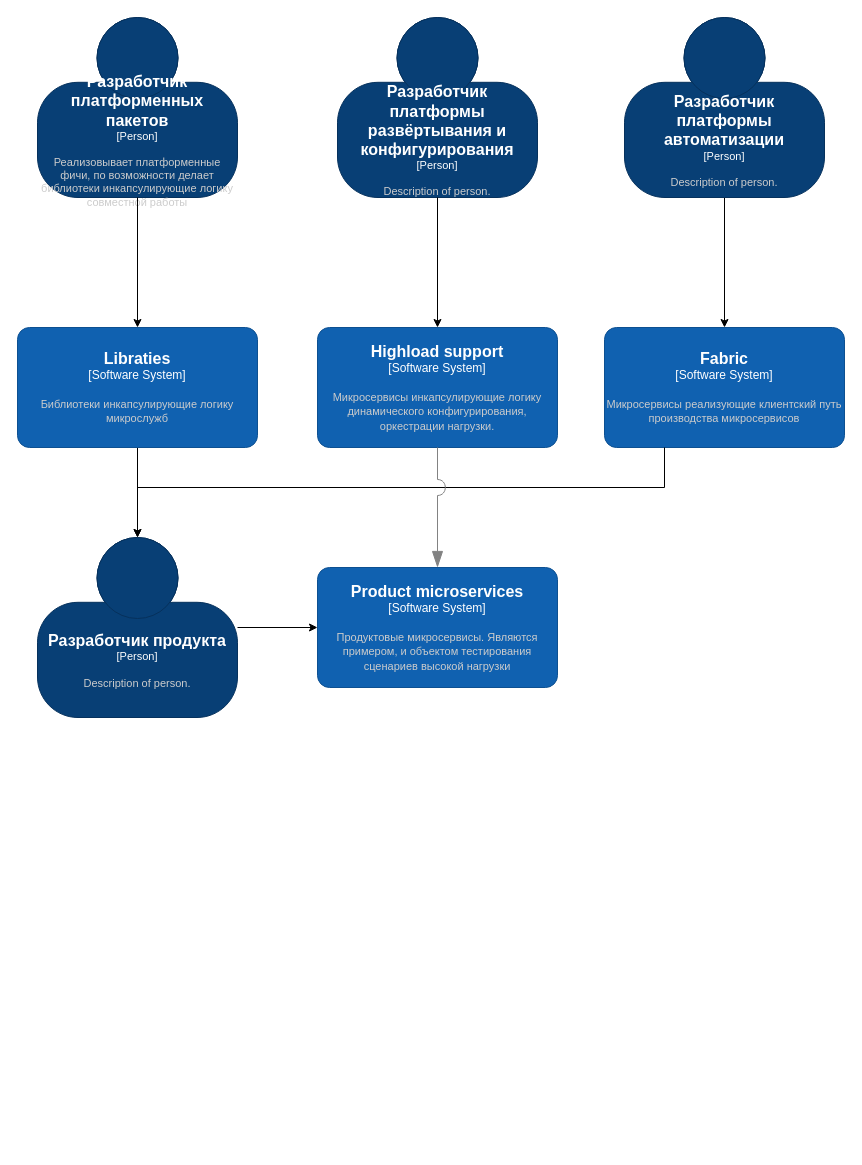
The draw.io diagram page "Context" (1 of 2) of plan.drawio in Ekstrem/DigiTFactory.Arch, before the edit. Source tidied: cells renumbered, new cells numbered last; positions are measured from the earlier drawing's top-left corner, leaving out a move shared by most shapes. Both pictures are drawn from the tidied source at 100%, with x=0, y=0 at pixel (17, 17).
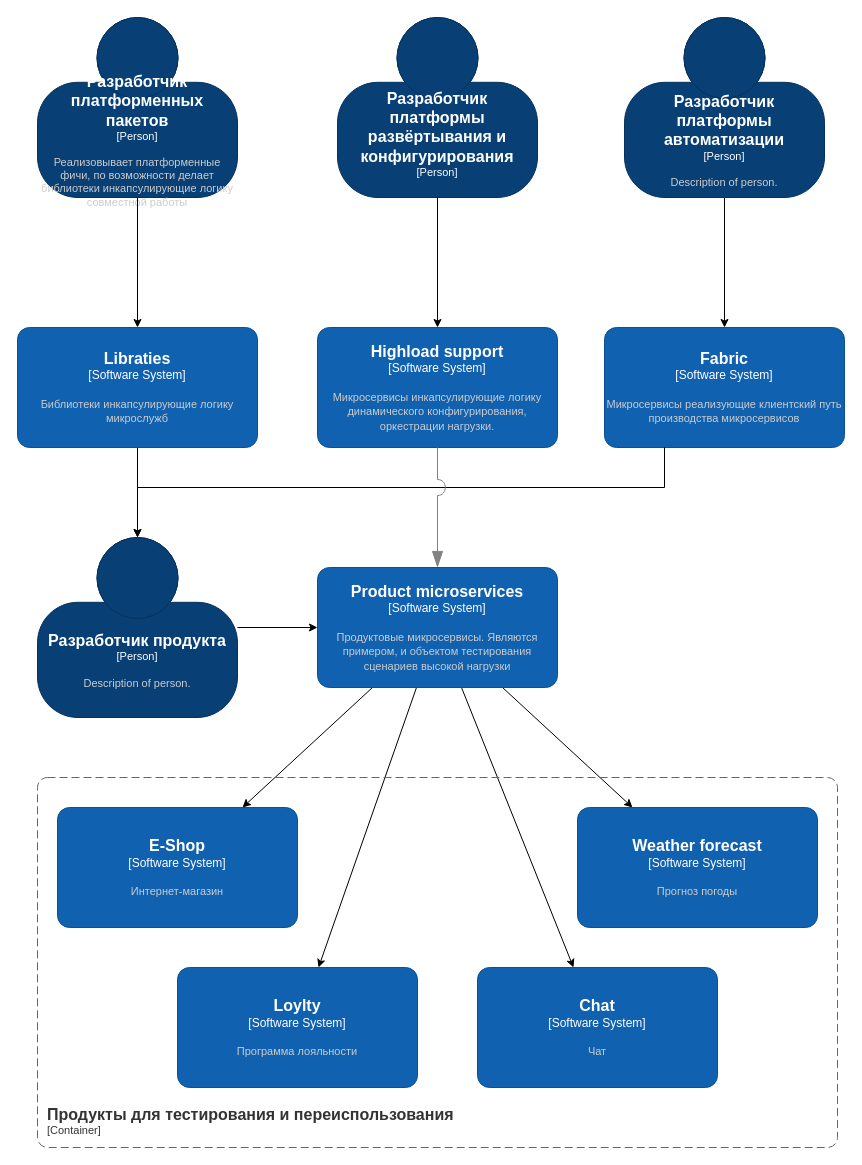
After the change.

The change refers to these unchanged cells:
```xml
<object id="4" label="&lt;font style=&quot;font-size: 16px&quot;&gt;&lt;b&gt;%c4Name%&lt;/b&gt;&lt;/font&gt;&lt;div&gt;[%c4Type%]&lt;/div&gt;&lt;br&gt;&lt;div&gt;&lt;font style=&quot;font-size: 11px&quot;&gt;&lt;font color=&quot;#cccccc&quot;&gt;%c4Description%&lt;/font&gt;&lt;/div&gt;" c4Description="Продуктовые микросервисы. Являются примером, и объектом тестирования сценариев высокой нагрузки" c4Name="Product microservices" c4Type="Software System" placeholders="1">
  <mxCell style="rounded=1;whiteSpace=wrap;html=1;labelBackgroundColor=none;fillColor=#1061B0;fontColor=#ffffff;align=center;arcSize=10;strokeColor=#0D5091;points=[[0.25,0,0],[0.5,0,0],[0.75,0,0],[1,0.25,0],[1,0.5,0],[1,0.75,0],[0.75,1,0],[0.5,1,0],[0.25,1,0],[0,0.75,0],[0,0.5,0],[0,0.25,0]];" parent="1" vertex="1">
    <mxGeometry x="300" y="550" width="240" height="120" as="geometry" />
  </mxCell>
</object>
```

The edit, as a diff of the source:
```diff
@@
+    <mxCell id="17" style="rounded=0;jettySize=auto;html=1;" parent="1" edge="1" source="4" target="21">
+      <mxGeometry relative="1" as="geometry" />
+    </mxCell>
+    <mxCell id="18" style="rounded=0;jettySize=auto;html=1;" parent="1" edge="1" source="4" target="24">
+      <mxGeometry relative="1" as="geometry" />
+    </mxCell>
+    <mxCell id="19" style="rounded=0;jettySize=auto;html=1;" parent="1" edge="1" source="4" target="22">
+      <mxGeometry relative="1" as="geometry" />
+    </mxCell>
+    <mxCell id="20" style="rounded=0;jettySize=auto;html=1;" parent="1" edge="1" source="4" target="23">
+      <mxGeometry relative="1" as="geometry" />
+    </mxCell>
@@
-    <object id="11" label="&lt;font style=&quot;font-size: 16px&quot;&gt;&lt;b&gt;%c4Name%&lt;/b&gt;&lt;/font&gt;&lt;div&gt;[%c4Type%]&lt;/div&gt;&lt;br&gt;&lt;div&gt;&lt;font style=&quot;font-size: 11px&quot;&gt;&lt;font color=&quot;#cccccc&quot;&gt;%c4Description%&lt;/font&gt;&lt;/div&gt;" c4Description="Description of person." c4Name="Разработчик платформы развёртывания и конфигурирования" c4Type="Person" placeholders="1">
+    <object id="11" label="&lt;font style=&quot;font-size: 16px&quot;&gt;&lt;b&gt;%c4Name%&lt;/b&gt;&lt;/font&gt;&lt;div&gt;[%c4Type%]&lt;/div&gt;&lt;br&gt;&lt;div&gt;&lt;font style=&quot;font-size: 11px&quot;&gt;&lt;font color=&quot;#cccccc&quot;&gt;%c4Description%&lt;/font&gt;&lt;/div&gt;" c4Description="" c4Name="Разработчик платформы развёртывания и конфигурирования" c4Type="Person" placeholders="1">
       <mxCell style="html=1;fontSize=11;dashed=0;whiteSpace=wrap;fillColor=#083F75;strokeColor=#06315C;fontColor=#ffffff;shape=mxgraph.c4.person2;align=center;points=[[0.5,0,0],[1,0.5,0],[1,0.75,0],[0.75,1,0],[0.5,1,0],[0.25,1,0],[0,0.75,0],[0,0.5,0]];" parent="1" vertex="1">
         <mxGeometry x="320" width="200" height="180" as="geometry" />
       </mxCell>
     </object>
@@
+    <object id="21" label="&lt;font style=&quot;font-size: 16px&quot;&gt;&lt;b&gt;%c4Name%&lt;/b&gt;&lt;/font&gt;&lt;div&gt;[%c4Type%]&lt;/div&gt;&lt;br&gt;&lt;div&gt;&lt;font style=&quot;font-size: 11px&quot;&gt;&lt;font color=&quot;#cccccc&quot;&gt;%c4Description%&lt;/font&gt;&lt;/div&gt;" c4Description="Интернет-магазин" c4Name="E-Shop" c4Type="Software System" placeholders="1">
+      <mxCell style="rounded=1;whiteSpace=wrap;html=1;labelBackgroundColor=none;fillColor=#1061B0;fontColor=#ffffff;align=center;arcSize=10;strokeColor=#0D5091;points=[[0.25,0,0],[0.5,0,0],[0.75,0,0],[1,0.25,0],[1,0.5,0],[1,0.75,0],[0.75,1,0],[0.5,1,0],[0.25,1,0],[0,0.75,0],[0,0.5,0],[0,0.25,0]];" parent="1" vertex="1">
+        <mxGeometry x="40" y="790" width="240" height="120" as="geometry" />
+      </mxCell>
+    </object>
+    <object id="22" label="&lt;font style=&quot;font-size: 16px&quot;&gt;&lt;b&gt;%c4Name%&lt;/b&gt;&lt;/font&gt;&lt;div&gt;[%c4Type%]&lt;/div&gt;&lt;br&gt;&lt;div&gt;&lt;font style=&quot;font-size: 11px&quot;&gt;&lt;font color=&quot;#cccccc&quot;&gt;%c4Description%&lt;/font&gt;&lt;/div&gt;" c4Description="Программа лояльности" c4Name="Loylty" c4Type="Software System" placeholders="1">
+      <mxCell style="rounded=1;whiteSpace=wrap;html=1;labelBackgroundColor=none;fillColor=#1061B0;fontColor=#ffffff;align=center;arcSize=10;strokeColor=#0D5091;points=[[0.25,0,0],[0.5,0,0],[0.75,0,0],[1,0.25,0],[1,0.5,0],[1,0.75,0],[0.75,1,0],[0.5,1,0],[0.25,1,0],[0,0.75,0],[0,0.5,0],[0,0.25,0]];" parent="1" vertex="1">
+        <mxGeometry x="160" y="950" width="240" height="120" as="geometry" />
+      </mxCell>
+    </object>
+    <object id="23" label="&lt;font style=&quot;font-size: 16px&quot;&gt;&lt;b&gt;%c4Name%&lt;/b&gt;&lt;/font&gt;&lt;div&gt;[%c4Type%]&lt;/div&gt;&lt;br&gt;&lt;div&gt;&lt;font style=&quot;font-size: 11px&quot;&gt;&lt;font color=&quot;#cccccc&quot;&gt;%c4Description%&lt;/font&gt;&lt;/div&gt;" c4Description="Чат" c4Name="Chat" c4Type="Software System" placeholders="1">
+      <mxCell style="rounded=1;whiteSpace=wrap;html=1;labelBackgroundColor=none;fillColor=#1061B0;fontColor=#ffffff;align=center;arcSize=10;strokeColor=#0D5091;points=[[0.25,0,0],[0.5,0,0],[0.75,0,0],[1,0.25,0],[1,0.5,0],[1,0.75,0],[0.75,1,0],[0.5,1,0],[0.25,1,0],[0,0.75,0],[0,0.5,0],[0,0.25,0]];" parent="1" vertex="1">
+        <mxGeometry x="460" y="950" width="240" height="120" as="geometry" />
+      </mxCell>
+    </object>
+    <object id="24" label="&lt;font style=&quot;font-size: 16px&quot;&gt;&lt;b&gt;%c4Name%&lt;/b&gt;&lt;/font&gt;&lt;div&gt;[%c4Type%]&lt;/div&gt;&lt;br&gt;&lt;div&gt;&lt;font style=&quot;font-size: 11px&quot;&gt;&lt;font color=&quot;#cccccc&quot;&gt;%c4Description%&lt;/font&gt;&lt;/div&gt;" c4Description="Прогноз погоды" c4Name="Weather forecast" c4Type="Software System" placeholders="1">
+      <mxCell style="rounded=1;whiteSpace=wrap;html=1;labelBackgroundColor=none;fillColor=#1061B0;fontColor=#ffffff;align=center;arcSize=10;strokeColor=#0D5091;points=[[0.25,0,0],[0.5,0,0],[0.75,0,0],[1,0.25,0],[1,0.5,0],[1,0.75,0],[0.75,1,0],[0.5,1,0],[0.25,1,0],[0,0.75,0],[0,0.5,0],[0,0.25,0]];" parent="1" vertex="1">
+        <mxGeometry x="560" y="790" width="240" height="120" as="geometry" />
+      </mxCell>
+    </object>
+    <object id="25" label="&lt;font style=&quot;font-size: 16px&quot;&gt;&lt;b&gt;&lt;div style=&quot;text-align: left&quot;&gt;%c4Name%&lt;/div&gt;&lt;/b&gt;&lt;/font&gt;&lt;div style=&quot;text-align: left&quot;&gt;[%c4Application%]&lt;/div&gt;" c4Application="Container" c4Name="Продукты для тестирования и переиспользования" placeholders="1">
+      <mxCell style="rounded=1;fontSize=11;whiteSpace=wrap;html=1;dashed=1;arcSize=20;fillColor=none;strokeColor=#666666;fontColor=#333333;labelBackgroundColor=none;align=left;verticalAlign=bottom;labelBorderColor=none;spacingTop=0;spacing=10;dashPattern=8 4;perimeter=rectanglePerimeter;noLabel=0;labelPadding=0;absoluteArcSize=1;" parent="1" vertex="1">
+        <mxGeometry x="20" y="760" width="800" height="370" as="geometry" />
+      </mxCell>
+    </object>
```
